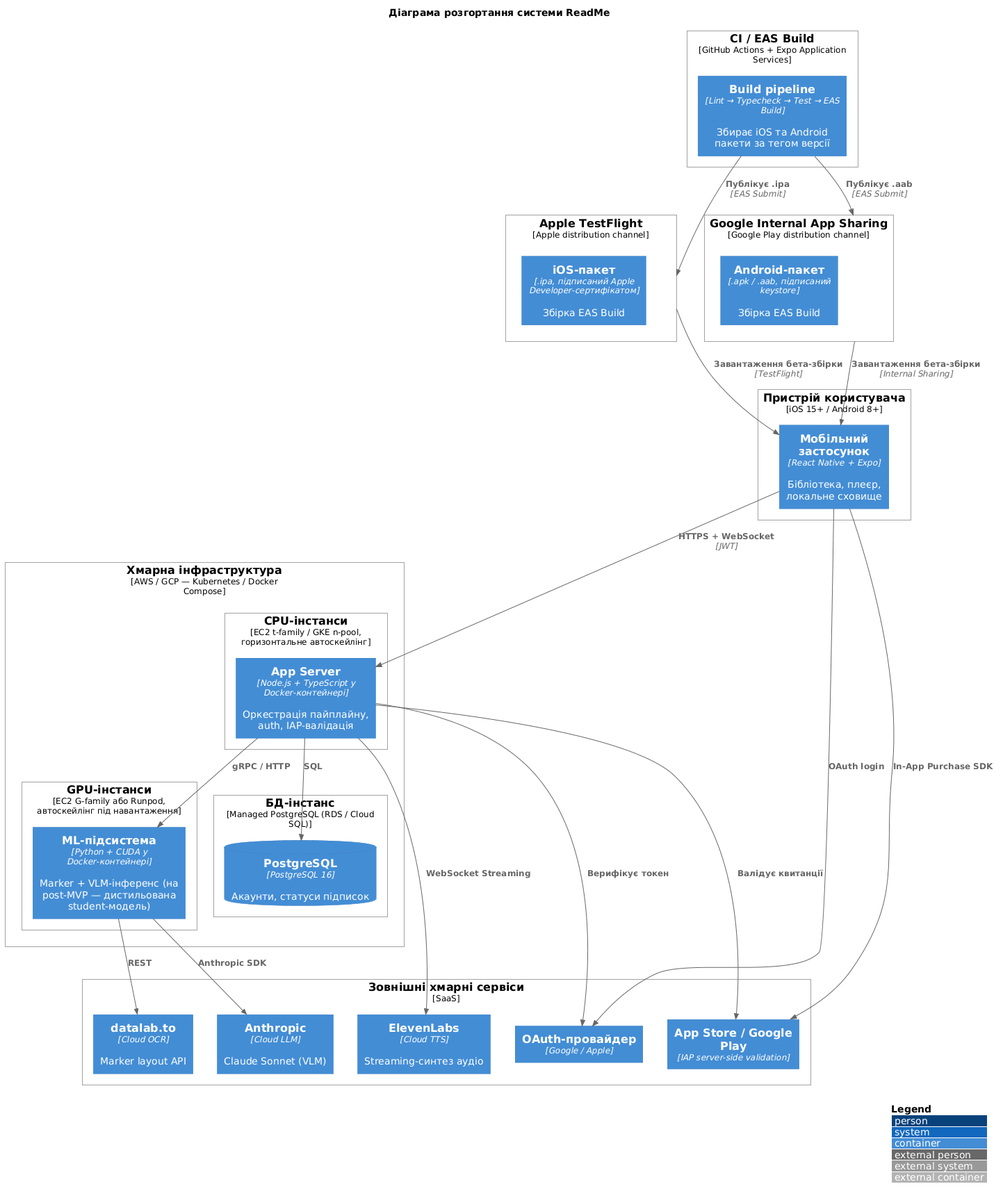
Earlier version of the PlantUML export docs/paper/assets/deployment.png (Papsanly/readme). The source it was exported from:
```plantuml
@startuml
!include https://raw.githubusercontent.com/plantuml-stdlib/C4-PlantUML/master/C4_Deployment.puml

LAYOUT_WITH_LEGEND()
title Діаграма розгортання системи ReadMe

Deployment_Node(device, "Пристрій користувача", "iOS 15+ / Android 8+") {
  Container(mobileApp, "Мобільний застосунок", "React Native + Expo", "Бібліотека, плеєр, локальне сховище")
}

Deployment_Node(cloud, "Хмарна інфраструктура", "AWS / GCP — Kubernetes / Docker Compose") {
  Deployment_Node(cpuNode, "CPU-інстанси", "EC2 t-family / GKE n-pool, горизонтальне автоскейлінг") {
    Container(apiContainer, "App Server", "Node.js + TypeScript у Docker-контейнері", "Оркестрація пайплайну, auth, IAP-валідація")
  }
  Deployment_Node(gpuNode, "GPU-інстанси", "EC2 G-family або Runpod, автоскейлінг під навантаження") {
    Container(mlContainer, "ML-підсистема", "Python + CUDA у Docker-контейнері", "Marker + VLM-інференс (на post-MVP — дистильована student-модель)")
  }
  Deployment_Node(dbNode, "БД-інстанс", "Managed PostgreSQL (RDS / Cloud SQL)") {
    ContainerDb(dbInstance, "PostgreSQL", "PostgreSQL 16", "Акаунти, статуси підписок")
  }
}

Deployment_Node(distApple, "Apple TestFlight", "Apple distribution channel") {
  Container(ipa, "iOS-пакет", ".ipa, підписаний Apple Developer-сертифікатом", "Збірка EAS Build")
}
Deployment_Node(distGoogle, "Google Internal App Sharing", "Google Play distribution channel") {
  Container(apk, "Android-пакет", ".apk / .aab, підписаний keystore", "Збірка EAS Build")
}

Deployment_Node(ci, "CI / EAS Build", "GitHub Actions + Expo Application Services") {
  Container(build, "Build pipeline", "Lint → Typecheck → Test → EAS Build", "Збирає iOS та Android пакети за тегом версії")
}

Deployment_Node(externalCloud, "Зовнішні хмарні сервіси", "SaaS") {
  Container(elevenlabs, "ElevenLabs", "Cloud TTS", "Streaming-синтез аудіо")
  Container(datalab, "datalab.to", "Cloud OCR", "Marker layout API")
  Container(anthropic, "Anthropic", "Cloud LLM", "Claude Sonnet (VLM)")
  Container(oauth, "OAuth-провайдер", "Google / Apple")
  Container(stores, "App Store / Google Play", "IAP server-side validation")
}

Rel(build, distApple, "Публікує .ipa", "EAS Submit")
Rel(build, distGoogle, "Публікує .aab", "EAS Submit")
Rel(distApple, mobileApp, "Завантаження бета-збірки", "TestFlight")
Rel(distGoogle, mobileApp, "Завантаження бета-збірки", "Internal Sharing")

Rel(mobileApp, apiContainer, "HTTPS + WebSocket", "JWT")
Rel(mobileApp, oauth, "OAuth login")
Rel(mobileApp, stores, "In-App Purchase SDK")

Rel(apiContainer, dbInstance, "SQL")
Rel(apiContainer, mlContainer, "gRPC / HTTP")
Rel(apiContainer, elevenlabs, "WebSocket Streaming")
Rel(apiContainer, stores, "Валідує квитанції")
Rel(apiContainer, oauth, "Верифікує токен")

Rel(mlContainer, datalab, "REST")
Rel(mlContainer, anthropic, "Anthropic SDK")
@enduml
```
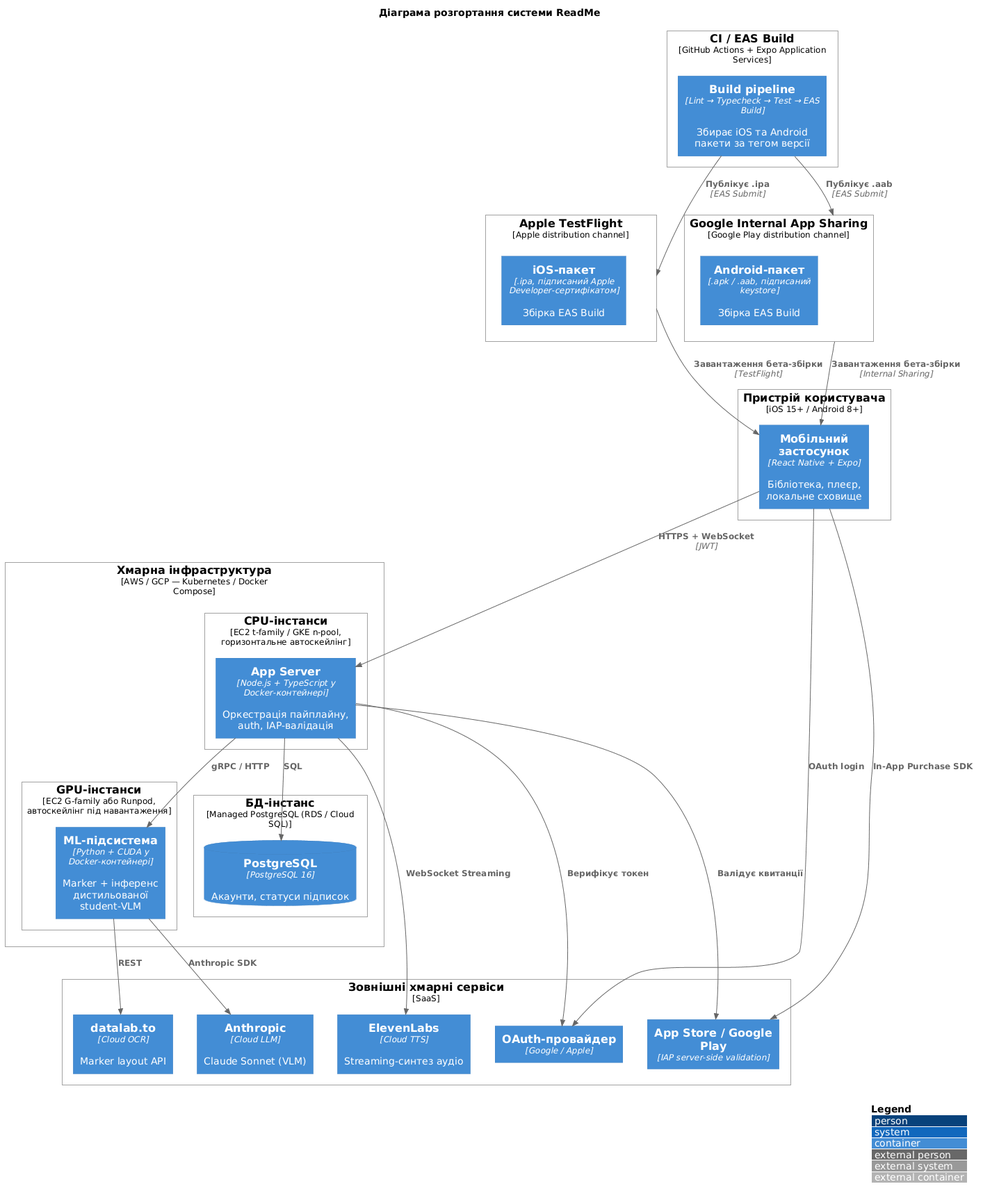
The same file after the commit.

Commit message:
docs(paper): re-render bpmn, c4-l2, deployment diagrams

What changed in the source:
```diff
@@ -13,7 +13,7 @@
     Container(apiContainer, "App Server", "Node.js + TypeScript у Docker-контейнері", "Оркестрація пайплайну, auth, IAP-валідація")
   }
   Deployment_Node(gpuNode, "GPU-інстанси", "EC2 G-family або Runpod, автоскейлінг під навантаження") {
-    Container(mlContainer, "ML-підсистема", "Python + CUDA у Docker-контейнері", "Marker + VLM-інференс (на post-MVP — дистильована student-модель)")
+    Container(mlContainer, "ML-підсистема", "Python + CUDA у Docker-контейнері", "Marker + інференс дистильованої student-VLM")
   }
   Deployment_Node(dbNode, "БД-інстанс", "Managed PostgreSQL (RDS / Cloud SQL)") {
     ContainerDb(dbInstance, "PostgreSQL", "PostgreSQL 16", "Акаунти, статуси підписок")
```
